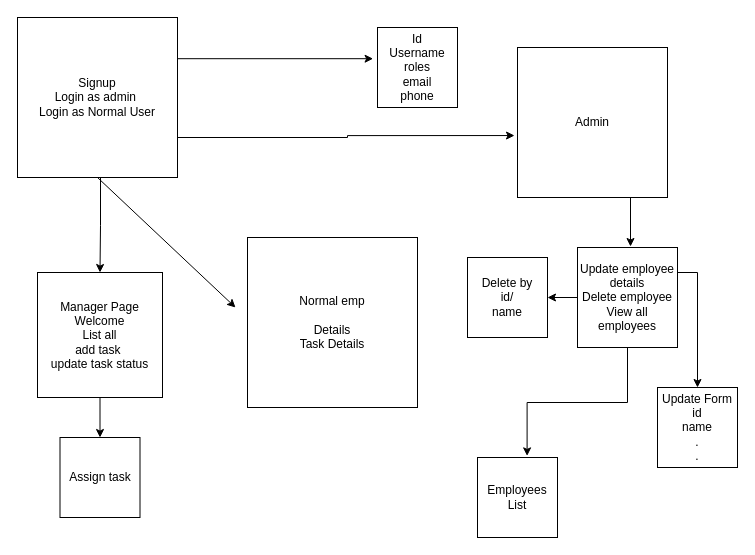
Hks1998/ETMS_Project keeps this draw.io diagram as page "Block diagram" (1 of 4) of ETMS_complete.drawio. Above is the earlier version. Source tidied: cells renumbered, new cells numbered last; positions are measured from the earlier drawing's top-left corner, leaving out a move shared by most shapes. Both pictures are drawn from the tidied source at 100%, with x=0, y=0 at pixel (17, 17).
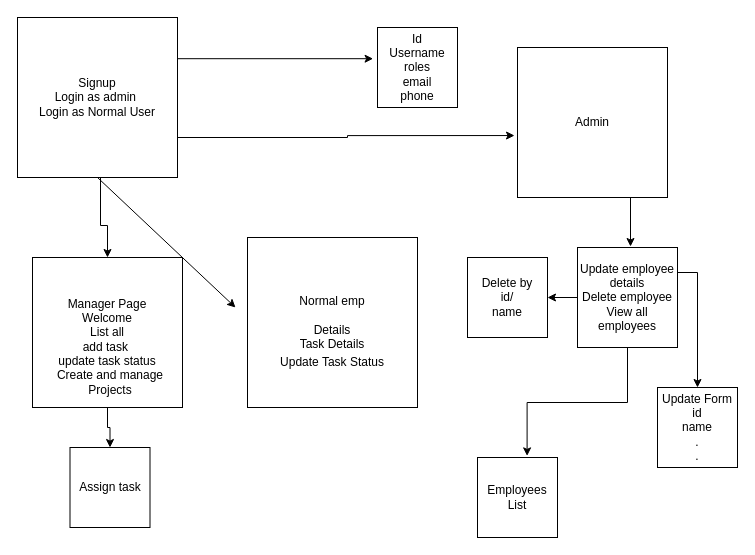
Above is the later version.

The edit, as a diff of the source:
```diff
@@
     <mxCell id="15" value="Manager Page&lt;br&gt;Welcome&lt;br&gt;List all&lt;br&gt;add task&amp;nbsp;&lt;br&gt;update task status" style="whiteSpace=wrap;html=1;" parent="1" vertex="1">
-      <mxGeometry x="20" y="255" width="125" height="125" as="geometry" />
+      <mxGeometry x="15" y="240" width="150" height="150" as="geometry" />
     </mxCell>
     <mxCell id="16" value="Assign task" style="whiteSpace=wrap;html=1;" parent="1" vertex="1">
-      <mxGeometry x="42.5" y="420" width="80" height="80" as="geometry" />
+      <mxGeometry x="52.5" y="430" width="80" height="80" as="geometry" />
     </mxCell>
@@
+    <mxCell id="22" value="Update Task Status" style="text;html=1;strokeColor=none;fillColor=none;align=center;verticalAlign=middle;whiteSpace=wrap;rounded=0;" parent="1" vertex="1">
+      <mxGeometry x="261.2" y="330" width="107.5" height="30" as="geometry" />
+    </mxCell>
+    <mxCell id="23" value="Create and manage Projects" style="text;html=1;strokeColor=none;fillColor=none;align=center;verticalAlign=middle;whiteSpace=wrap;rounded=0;" parent="1" vertex="1">
+      <mxGeometry x="33.8" y="350" width="117.5" height="30" as="geometry" />
+    </mxCell>
```
